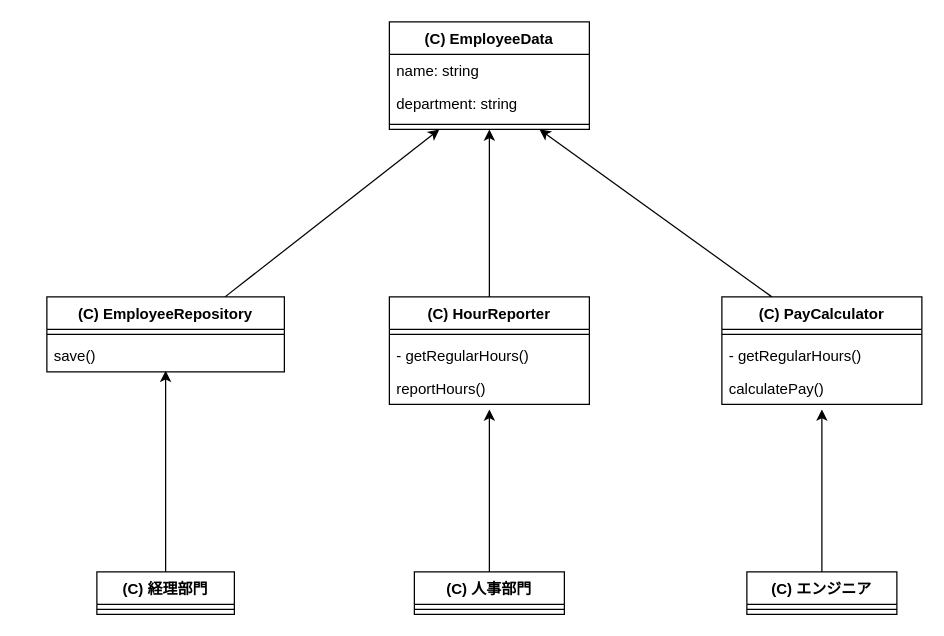
The draw.io diagram 03-SOLID原則/単一責任の原則/goodExample.drawio in bamboo-house/Good-Code, before the edit. Source tidied: cells renumbered, new cells numbered last; positions are measured from the earlier drawing's top-left corner, leaving out a move shared by most shapes. Both pictures are drawn from the tidied source at 125%, with x=0, y=0 at pixel (46, 21).
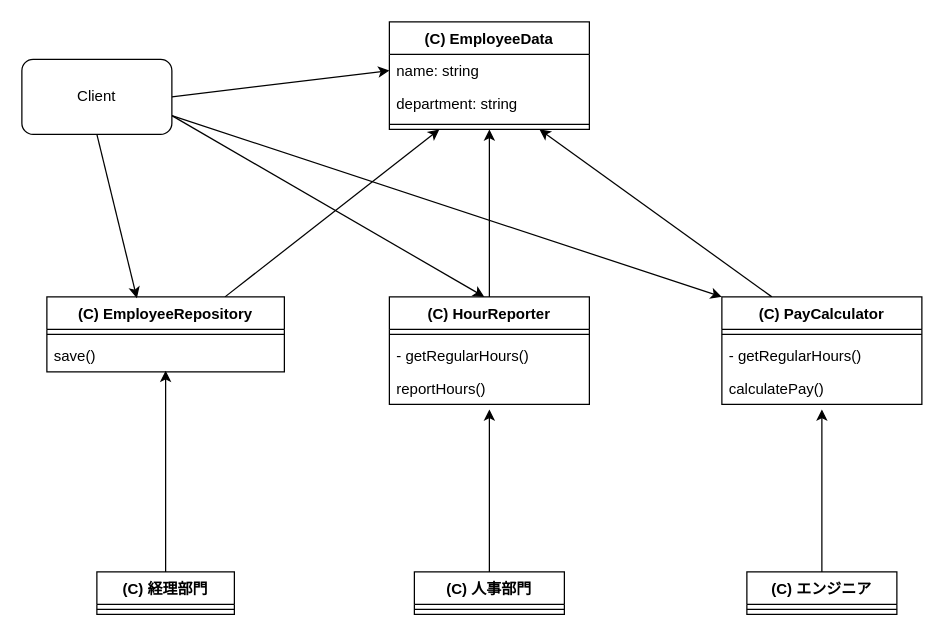
The same diagram, later.

The change refers to these unchanged cells:
```xml
<mxCell id="8" value="(C) PayCalculator" style="swimlane;fontStyle=1;align=center;verticalAlign=top;horizontal=1;startSize=26;" parent="1" vertex="1">
  <mxGeometry x="540" y="220" width="160" height="86" as="geometry" />
</mxCell>
<mxCell id="13" value="name: string" style="text;strokeColor=none;fillColor=none;align=left;verticalAlign=top;spacingLeft=4;spacingRight=4;overflow=hidden;points=[[0,0.5],[1,0.5]];portConstraint=eastwest;" parent="12" vertex="1">
  <mxGeometry y="26" width="160" height="26" as="geometry" />
</mxCell>
<mxCell id="17" value="(C) EmployeeRepository" style="swimlane;fontStyle=1;align=center;verticalAlign=top;horizontal=1;startSize=26;" parent="1" vertex="1">
  <mxGeometry y="220" width="190" height="60" as="geometry" />
</mxCell>
```

The edit, as a diff of the source:
```diff
@@
+    <mxCell id="29" style="edgeStyle=none;html=1;exitX=1;exitY=0.5;exitDx=0;exitDy=0;entryX=0;entryY=0.5;entryDx=0;entryDy=0;" parent="1" edge="1" source="33" target="13">
+      <mxGeometry relative="1" as="geometry" />
+    </mxCell>
+    <mxCell id="30" style="edgeStyle=none;html=1;exitX=0.5;exitY=1;exitDx=0;exitDy=0;entryX=0.379;entryY=0.017;entryDx=0;entryDy=0;entryPerimeter=0;" parent="1" edge="1" source="33" target="17">
+      <mxGeometry relative="1" as="geometry" />
+    </mxCell>
+    <mxCell id="31" style="edgeStyle=none;html=1;exitX=1;exitY=0.75;exitDx=0;exitDy=0;" parent="1" edge="1" source="33">
+      <mxGeometry relative="1" as="geometry">
+        <mxPoint x="350" y="220" as="targetPoint" />
+      </mxGeometry>
+    </mxCell>
+    <mxCell id="32" style="edgeStyle=none;html=1;exitX=1;exitY=0.75;exitDx=0;exitDy=0;entryX=0;entryY=0;entryDx=0;entryDy=0;" parent="1" edge="1" source="33" target="8">
+      <mxGeometry relative="1" as="geometry" />
+    </mxCell>
+    <mxCell id="33" value="Client" style="rounded=1;whiteSpace=wrap;html=1;" parent="1" vertex="1">
+      <mxGeometry x="-20" y="30" width="120" height="60" as="geometry" />
+    </mxCell>
```
